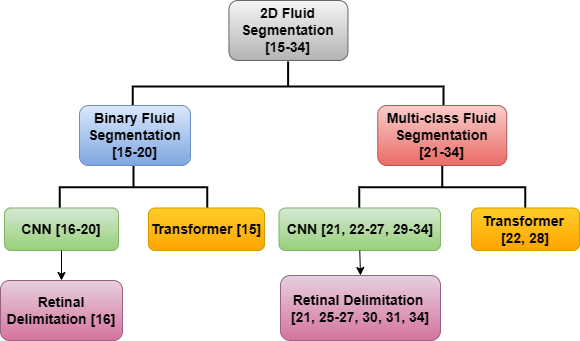
Before: dissertation/figures/ArticlesSelection.png, a diagram exported from draw.io (davidterroso/D). Source tidied: cells renumbered, new cells last; positions are measured from the earlier drawing's top-left corner, leaving out a move shared by most shapes.
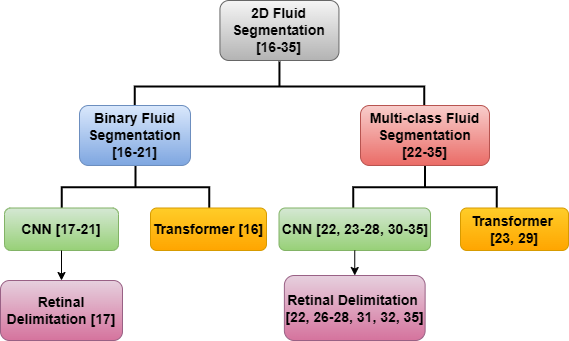
The same file after the commit.

Change to the diagram source:
```diff
@@ -2,35 +2,35 @@
   <root>
     <mxCell id="0" />
     <mxCell id="1" parent="0" />
-    <mxCell id="2" value="&lt;font style=&quot;font-size: 14px;&quot;&gt;2D Fluid Segmentation&lt;br&gt;&lt;/font&gt;&lt;div&gt;&lt;font style=&quot;font-size: 14px;&quot;&gt;[15-34]&lt;/font&gt;&lt;/div&gt;" style="rounded=1;whiteSpace=wrap;html=1;fontStyle=1;fillColor=#f5f5f5;gradientColor=#b3b3b3;strokeColor=#666666;" parent="1" vertex="1">
-      <mxGeometry x="228.4" y="69" width="119" height="60" as="geometry" />
+    <mxCell id="2" value="&lt;font style=&quot;font-size: 14px;&quot;&gt;2D Fluid Segmentation&lt;br&gt;&lt;/font&gt;&lt;div&gt;&lt;font style=&quot;font-size: 14px;&quot;&gt;[16-35]&lt;/font&gt;&lt;/div&gt;" style="rounded=1;whiteSpace=wrap;html=1;fontStyle=1;fillColor=#f5f5f5;gradientColor=#b3b3b3;strokeColor=#666666;" parent="1" vertex="1">
+      <mxGeometry x="219.4" y="69" width="119" height="60" as="geometry" />
     </mxCell>
     <mxCell id="3" style="strokeWidth=2;html=1;shape=mxgraph.flowchart.annotation_2;align=left;labelPosition=right;rotation=90;" parent="1" vertex="1">
-      <mxGeometry x="262.6" y="-0.3" width="50" height="310.7" as="geometry" />
+      <mxGeometry x="253.9" y="10.3" width="50" height="289.4" as="geometry" />
     </mxCell>
     <mxCell id="4" style="strokeWidth=2;html=1;shape=mxgraph.flowchart.annotation_2;align=left;labelPosition=right;rotation=90;" parent="1" vertex="1">
-      <mxGeometry x="108" y="182" width="50" height="147.5" as="geometry" />
+      <mxGeometry x="110" y="182" width="50" height="147.5" as="geometry" />
     </mxCell>
-    <mxCell id="5" value="&lt;font style=&quot;font-size: 14px;&quot;&gt;CNN [16-20]&lt;/font&gt;" style="rounded=1;whiteSpace=wrap;html=1;fillColor=#d5e8d4;strokeColor=#82b366;glass=0;shadow=0;gradientColor=#97d077;fontStyle=1;" parent="1" vertex="1">
+    <mxCell id="5" value="&lt;font style=&quot;font-size: 14px;&quot;&gt;CNN [17-21]&lt;/font&gt;" style="rounded=1;whiteSpace=wrap;html=1;fillColor=#d5e8d4;strokeColor=#82b366;glass=0;shadow=0;gradientColor=#97d077;fontStyle=1;" parent="1" vertex="1">
       <mxGeometry x="4" y="276.5" width="114" height="42.5" as="geometry" />
     </mxCell>
-    <mxCell id="6" value="&lt;font style=&quot;font-size: 14px;&quot;&gt;Transformer [15]&lt;/font&gt;" style="rounded=1;whiteSpace=wrap;html=1;fillColor=#ffcd28;strokeColor=#d79b00;glass=0;shadow=0;gradientColor=#ffa500;fontStyle=1;" parent="1" vertex="1">
-      <mxGeometry x="148" y="276.5" width="116" height="42.5" as="geometry" />
+    <mxCell id="6" value="&lt;font style=&quot;font-size: 14px;&quot;&gt;Transformer [16]&lt;/font&gt;" style="rounded=1;whiteSpace=wrap;html=1;fillColor=#ffcd28;strokeColor=#d79b00;glass=0;shadow=0;gradientColor=#ffa500;fontStyle=1;" parent="1" vertex="1">
+      <mxGeometry x="150" y="276.5" width="116" height="42.5" as="geometry" />
     </mxCell>
     <mxCell id="7" style="strokeWidth=2;html=1;shape=mxgraph.flowchart.annotation_2;align=left;labelPosition=right;rotation=90;" parent="1" vertex="1">
-      <mxGeometry x="417.2" y="172.8" width="49" height="166" as="geometry" />
+      <mxGeometry x="400" y="184" width="49" height="143.5" as="geometry" />
     </mxCell>
-    <mxCell id="8" value="&lt;font style=&quot;font-size: 14px;&quot;&gt;CNN [21, 22-27, 29-34]&lt;/font&gt;" style="rounded=1;whiteSpace=wrap;html=1;fillColor=#d5e8d4;strokeColor=#82b366;glass=0;shadow=0;gradientColor=#97d077;fontStyle=1;" parent="1" vertex="1">
-      <mxGeometry x="278.5" y="276.5" width="161.5" height="42.5" as="geometry" />
+    <mxCell id="8" value="&lt;font style=&quot;font-size: 14px;&quot;&gt;CNN [22, 23-28, 30-35]&lt;/font&gt;" style="rounded=1;whiteSpace=wrap;html=1;fillColor=#d5e8d4;strokeColor=#82b366;glass=0;shadow=0;gradientColor=#97d077;fontStyle=1;" parent="1" vertex="1">
+      <mxGeometry x="278.5" y="276.5" width="151.5" height="42.5" as="geometry" />
     </mxCell>
-    <mxCell id="9" value="&lt;font style=&quot;font-size: 14px;&quot;&gt;Transformer&amp;nbsp;&lt;/font&gt;&lt;div&gt;&lt;font style=&quot;font-size: 14px;&quot;&gt;[22, 28]&lt;/font&gt;&lt;/div&gt;" style="rounded=1;whiteSpace=wrap;html=1;fillColor=#ffcd28;strokeColor=#d79b00;glass=0;shadow=0;gradientColor=#ffa500;fontStyle=1;" parent="1" vertex="1">
-      <mxGeometry x="471" y="276.5" width="108" height="42.5" as="geometry" />
+    <mxCell id="9" value="&lt;font style=&quot;font-size: 14px;&quot;&gt;Transformer&amp;nbsp;&lt;/font&gt;&lt;div&gt;&lt;font style=&quot;font-size: 14px;&quot;&gt;[23, 29]&lt;/font&gt;&lt;/div&gt;" style="rounded=1;whiteSpace=wrap;html=1;fillColor=#ffcd28;strokeColor=#d79b00;glass=0;shadow=0;gradientColor=#ffa500;fontStyle=1;" parent="1" vertex="1">
+      <mxGeometry x="460" y="276.5" width="108" height="42.5" as="geometry" />
     </mxCell>
-    <mxCell id="10" value="&lt;font style=&quot;font-size: 14px;&quot;&gt;Retinal Delimitation&amp;nbsp;&lt;span style=&quot;background-color: initial;&quot;&gt;[16]&lt;/span&gt;&lt;/font&gt;" style="rounded=1;whiteSpace=wrap;html=1;fillColor=#e6d0de;strokeColor=#996185;glass=0;shadow=0;gradientColor=#d5739d;fontStyle=1;" parent="1" vertex="1">
+    <mxCell id="10" value="&lt;font style=&quot;font-size: 14px;&quot;&gt;Retinal Delimitation&amp;nbsp;&lt;span style=&quot;background-color: initial;&quot;&gt;[17]&lt;/span&gt;&lt;/font&gt;" style="rounded=1;whiteSpace=wrap;html=1;fillColor=#e6d0de;strokeColor=#996185;glass=0;shadow=0;gradientColor=#d5739d;fontStyle=1;" parent="1" vertex="1">
       <mxGeometry y="349" width="122" height="60" as="geometry" />
     </mxCell>
-    <mxCell id="11" value="&lt;font style=&quot;font-size: 14px;&quot;&gt;Retinal Delimitation&amp;nbsp;&lt;/font&gt;&lt;div&gt;&lt;font style=&quot;font-size: 14px;&quot;&gt;[21, 25-27, 30, 31, 34]&lt;/font&gt;&lt;/div&gt;" style="rounded=1;whiteSpace=wrap;html=1;fillColor=#e6d0de;strokeColor=#996185;glass=0;shadow=0;gradientColor=#d5739d;fontStyle=1;" parent="1" vertex="1">
-      <mxGeometry x="280" y="344" width="160" height="65" as="geometry" />
+    <mxCell id="11" value="&lt;font style=&quot;font-size: 14px;&quot;&gt;Retinal Delimitation&amp;nbsp;&lt;/font&gt;&lt;div&gt;&lt;font style=&quot;font-size: 14px;&quot;&gt;[22, 26-28, 31, 32, 35]&lt;/font&gt;&lt;/div&gt;" style="rounded=1;whiteSpace=wrap;html=1;fillColor=#e6d0de;strokeColor=#996185;glass=0;shadow=0;gradientColor=#d5739d;fontStyle=1;" parent="1" vertex="1">
+      <mxGeometry x="283.9" y="344" width="140.8" height="65" as="geometry" />
     </mxCell>
     <mxCell id="12" style="endArrow=classic;html=1;rounded=0;exitX=0.5;exitY=1;exitDx=0;exitDy=0;entryX=0.5;entryY=0;entryDx=0;entryDy=0;strokeWidth=1;" parent="1" edge="1" source="5" target="10">
       <mxGeometry relative="1" as="geometry" />
@@ -38,10 +38,10 @@
     <mxCell id="13" style="endArrow=classic;html=1;rounded=0;exitX=0.5;exitY=1;exitDx=0;exitDy=0;entryX=0.5;entryY=0;entryDx=0;entryDy=0;strokeWidth=1;" parent="1" edge="1" source="8" target="11">
       <mxGeometry relative="1" as="geometry" />
     </mxCell>
-    <mxCell id="14" value="&lt;font style=&quot;font-size: 14px;&quot;&gt;Multi-class Fluid Segmentation&lt;/font&gt;&lt;div&gt;&lt;font style=&quot;font-size: 14px;&quot;&gt;[21-34]&lt;/font&gt;&lt;/div&gt;" style="rounded=1;whiteSpace=wrap;html=1;fillColor=#f8cecc;strokeColor=#b85450;gradientColor=#ea6b66;fontStyle=1;" parent="1" vertex="1">
-      <mxGeometry x="377.2" y="174" width="129" height="60" as="geometry" />
+    <mxCell id="14" value="&lt;font style=&quot;font-size: 14px;&quot;&gt;Multi-class Fluid Segmentation&lt;/font&gt;&lt;div&gt;&lt;font style=&quot;font-size: 14px;&quot;&gt;[22-35]&lt;/font&gt;&lt;/div&gt;" style="rounded=1;whiteSpace=wrap;html=1;fillColor=#f8cecc;strokeColor=#b85450;gradientColor=#ea6b66;fontStyle=1;" parent="1" vertex="1">
+      <mxGeometry x="360" y="174" width="129" height="60" as="geometry" />
     </mxCell>
-    <mxCell id="15" value="&lt;font style=&quot;font-size: 14px;&quot;&gt;Binary Fluid Segmentation&lt;/font&gt;&lt;div&gt;&lt;font style=&quot;font-size: 14px;&quot;&gt;[15-20]&lt;/font&gt;&lt;/div&gt;" style="rounded=1;whiteSpace=wrap;html=1;fillColor=#dae8fc;strokeColor=#6c8ebf;glass=0;shadow=0;gradientColor=#7ea6e0;fontStyle=1;" parent="1" vertex="1">
+    <mxCell id="15" value="&lt;font style=&quot;font-size: 14px;&quot;&gt;Binary Fluid Segmentation&lt;/font&gt;&lt;div&gt;&lt;font style=&quot;font-size: 14px;&quot;&gt;[16-21]&lt;/font&gt;&lt;/div&gt;" style="rounded=1;whiteSpace=wrap;html=1;fillColor=#dae8fc;strokeColor=#6c8ebf;glass=0;shadow=0;gradientColor=#7ea6e0;fontStyle=1;" parent="1" vertex="1">
       <mxGeometry x="79" y="174" width="111" height="60" as="geometry" />
     </mxCell>
   </root>
```
